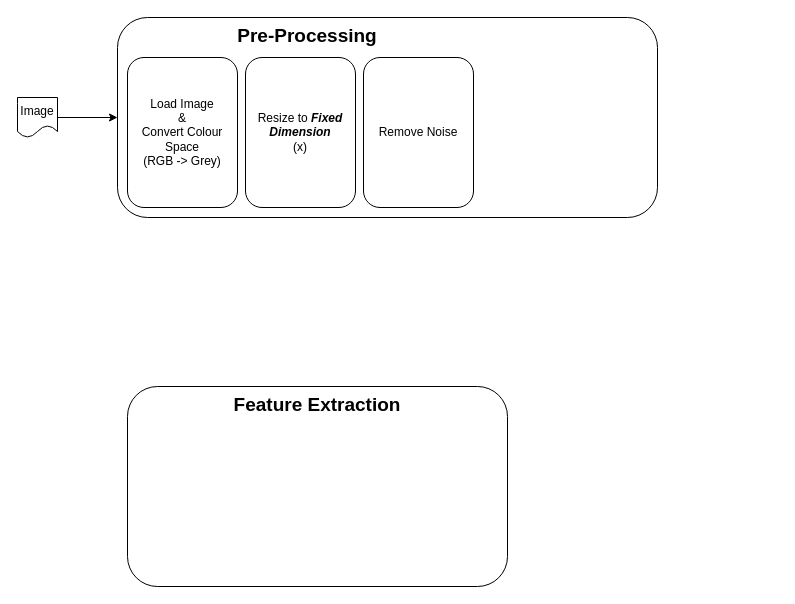
CorpDK/Drawing keeps this draw.io diagram as Block Diagram Image Detection.drawio. Above is the earlier version. Source tidied: cells renumbered, new cells numbered last; positions are measured from the earlier drawing's top-left corner, leaving out a move shared by most shapes. Both pictures are drawn from the tidied source at 100%, with x=0, y=0 at pixel (17, 17).
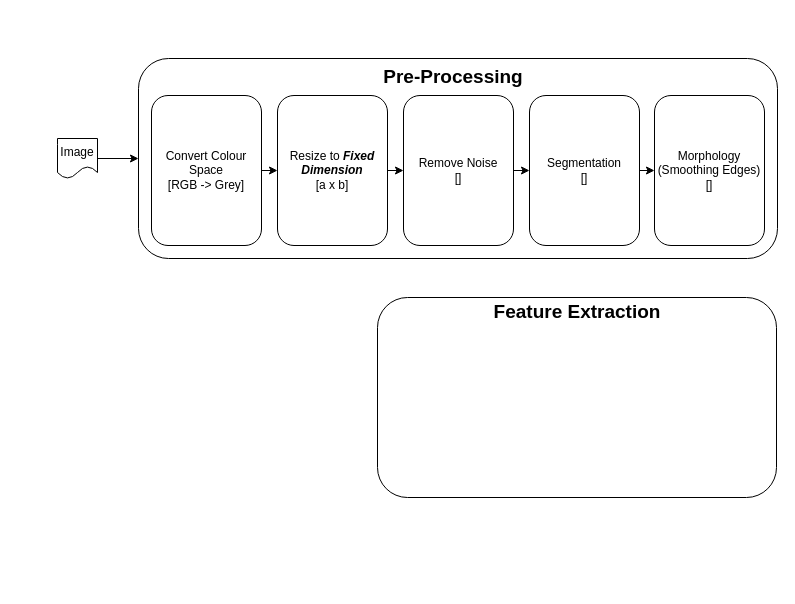
The same page after the edit.

The edit, as a diff of the source:
```diff
@@
 <mxGraphModel>
   <root>
     <mxCell id="0" />
     <mxCell id="1" parent="0" />
     <mxCell id="2" style="rounded=1;whiteSpace=wrap;html=1;" parent="1" vertex="1">
-      <mxGeometry x="100" width="540" height="200" as="geometry" />
+      <mxGeometry x="121" y="41" width="639" height="200" as="geometry" />
     </mxCell>
-    <mxCell id="3" style="edgeStyle=orthogonalEdgeStyle;rounded=0;jettySize=auto;html=1;" parent="1" edge="1" source="4" target="2">
+    <mxCell id="3" style="edgeStyle=orthogonalEdgeStyle;rounded=0;jettySize=auto;html=1;exitX=1;exitY=0.5;exitDx=0;exitDy=0;entryX=0;entryY=0.5;entryDx=0;entryDy=0;" parent="1" edge="1" source="4" target="2">
       <mxGeometry relative="1" as="geometry" />
     </mxCell>
     <mxCell id="4" value="Image" style="shape=document;whiteSpace=wrap;html=1;boundedLbl=1;" parent="1" vertex="1">
-      <mxGeometry y="80" width="40" height="40" as="geometry" />
+      <mxGeometry x="40" y="121" width="40" height="40" as="geometry" />
     </mxCell>
     <mxCell id="5" value="&lt;font style=&quot;font-size: 19px&quot;&gt;&lt;b&gt;Pre-Processing&lt;/b&gt;&lt;/font&gt;" style="text;html=1;strokeColor=none;fillColor=none;align=center;verticalAlign=middle;whiteSpace=wrap;rounded=0;" parent="1" vertex="1">
-      <mxGeometry x="100" y="4" width="380" height="30" as="geometry" />
+      <mxGeometry x="121" y="45" width="630" height="30" as="geometry" />
     </mxCell>
+    <mxCell id="11" style="edgeStyle=orthogonalEdgeStyle;rounded=0;jettySize=auto;html=1;exitX=1;exitY=0.5;exitDx=0;exitDy=0;entryX=0;entryY=0.5;entryDx=0;entryDy=0;" parent="1" edge="1" source="6" target="7">
+      <mxGeometry relative="1" as="geometry" />
+    </mxCell>
-    <mxCell id="6" value="Load Image&lt;br&gt;&amp;amp;&lt;br&gt;Convert Colour Space&lt;br&gt;(RGB -&amp;gt; Grey)" style="rounded=1;whiteSpace=wrap;html=1;" parent="1" vertex="1">
-      <mxGeometry x="110" y="40" width="110" height="150" as="geometry" />
+    <mxCell id="6" value="Convert Colour Space&lt;br&gt;[RGB -&amp;gt; Grey]" style="rounded=1;whiteSpace=wrap;html=1;" parent="1" vertex="1">
+      <mxGeometry x="134" y="78" width="110" height="150" as="geometry" />
     </mxCell>
+    <mxCell id="12" style="edgeStyle=orthogonalEdgeStyle;rounded=0;jettySize=auto;html=1;exitX=1;exitY=0.5;exitDx=0;exitDy=0;entryX=0;entryY=0.5;entryDx=0;entryDy=0;" parent="1" edge="1" source="7" target="10">
+      <mxGeometry relative="1" as="geometry" />
+    </mxCell>
-    <mxCell id="7" value="Resize to &lt;b style=&quot;font-style: italic&quot;&gt;Fixed Dimension&lt;/b&gt;&lt;br&gt;(x)" style="rounded=1;whiteSpace=wrap;html=1;" parent="1" vertex="1">
-      <mxGeometry x="228" y="40" width="110" height="150" as="geometry" />
+    <mxCell id="7" value="Resize to &lt;b style=&quot;font-style: italic&quot;&gt;Fixed Dimension&lt;/b&gt;&lt;br&gt;[a x b]" style="rounded=1;whiteSpace=wrap;html=1;" parent="1" vertex="1">
+      <mxGeometry x="260" y="78" width="110" height="150" as="geometry" />
     </mxCell>
     <mxCell id="8" style="rounded=1;whiteSpace=wrap;html=1;" parent="1" vertex="1">
-      <mxGeometry x="110" y="369" width="380" height="200" as="geometry" />
+      <mxGeometry x="360" y="280" width="399" height="200" as="geometry" />
     </mxCell>
     <mxCell id="9" value="&lt;font style=&quot;font-size: 19px&quot;&gt;&lt;b&gt;Feature Extraction&lt;/b&gt;&lt;/font&gt;" style="text;html=1;strokeColor=none;fillColor=none;align=center;verticalAlign=middle;whiteSpace=wrap;rounded=0;" parent="1" vertex="1">
-      <mxGeometry x="110" y="373" width="380" height="30" as="geometry" />
+      <mxGeometry x="360" y="280" width="400" height="30" as="geometry" />
     </mxCell>
+    <mxCell id="13" style="edgeStyle=orthogonalEdgeStyle;rounded=0;jettySize=auto;html=1;exitX=1;exitY=0.5;exitDx=0;exitDy=0;entryX=0;entryY=0.5;entryDx=0;entryDy=0;" parent="1" edge="1" source="10" target="15">
+      <mxGeometry relative="1" as="geometry" />
+    </mxCell>
-    <mxCell id="10" value="Remove Noise" style="rounded=1;whiteSpace=wrap;html=1;" parent="1" vertex="1">
-      <mxGeometry x="346" y="40" width="110" height="150" as="geometry" />
+    <mxCell id="10" value="Remove Noise&lt;br&gt;[]" style="rounded=1;whiteSpace=wrap;html=1;" parent="1" vertex="1">
+      <mxGeometry x="386" y="78" width="110" height="150" as="geometry" />
     </mxCell>
+    <mxCell id="14" style="edgeStyle=orthogonalEdgeStyle;rounded=0;jettySize=auto;html=1;exitX=1;exitY=0.5;exitDx=0;exitDy=0;entryX=0;entryY=0.5;entryDx=0;entryDy=0;" parent="1" edge="1" source="15" target="16">
+      <mxGeometry relative="1" as="geometry" />
+    </mxCell>
+    <mxCell id="15" value="Segmentation&lt;br&gt;[]" style="rounded=1;whiteSpace=wrap;html=1;" parent="1" vertex="1">
+      <mxGeometry x="512" y="78" width="110" height="150" as="geometry" />
+    </mxCell>
+    <mxCell id="16" value="Morphology&lt;br&gt;(Smoothing Edges)&lt;br&gt;[]" style="rounded=1;whiteSpace=wrap;html=1;" parent="1" vertex="1">
+      <mxGeometry x="637" y="78" width="110" height="150" as="geometry" />
+    </mxCell>
   </root>
 </mxGraphModel>
```
